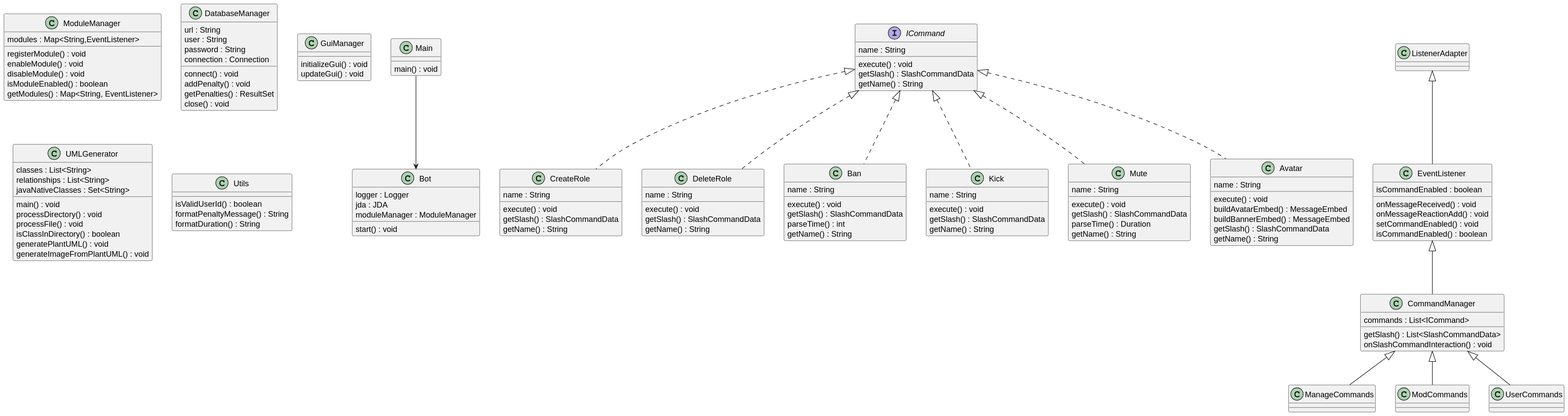
This is uml_output/diagrama.svg from PelayoPS/DiscordBot_app, a PlantUML export, as it was before one commit. Its diagram source:
```plantuml
@startuml
class Bot {
    logger : Logger
    jda : JDA
    moduleManager : ModuleManager
    start() : void
}
interface ICommand {
    name : String
    execute() : void
    getSlash() : SlashCommandData
    getName() : String
}
class ModuleManager {
    modules : Map<String,EventListener>
    registerModule() : void
    enableModule() : void
    disableModule() : void
    isModuleEnabled() : boolean
    getModules() : Map<String, EventListener>
}
class CommandManager {
    commands : List<ICommand>
    getSlash() : List<SlashCommandData>
    onSlashCommandInteraction() : void
}
class ManageCommands {
}
class CreateRole {
    name : String
    execute() : void
    getSlash() : SlashCommandData
    getName() : String
}
class DeleteRole {
    name : String
    execute() : void
    getSlash() : SlashCommandData
    getName() : String
}
class Ban {
    name : String
    execute() : void
    getSlash() : SlashCommandData
    parseTime() : int
    getName() : String
}
class Kick {
    name : String
    execute() : void
    getSlash() : SlashCommandData
    getName() : String
}
class Mute {
    name : String
    execute() : void
    getSlash() : SlashCommandData
    parseTime() : Duration
    getName() : String
}
class ModCommands {
}
class Avatar {
    name : String
    execute() : void
    buildAvatarEmbed() : MessageEmbed
    buildBannerEmbed() : MessageEmbed
    getSlash() : SlashCommandData
    getName() : String
}
class UserCommands {
}
class DatabaseManager {
    url : String
    user : String
    password : String
    connection : Connection
    connect() : void
    addPenalty() : void
    getPenalties() : ResultSet
    close() : void
}
class EventListener {
    isCommandEnabled : boolean
    onMessageReceived() : void
    onMessageReactionAdd() : void
    setCommandEnabled() : void
    isCommandEnabled() : boolean
}
class GuiManager {
    initializeGui() : void
    updateGui() : void
}
class Main {
    main() : void
}
class UMLGenerator {
    classes : List<String>
    relationships : List<String>
    javaNativeClasses : Set<String>
    main() : void
    processDirectory() : void
    processFile() : void
    isClassInDirectory() : boolean
    generatePlantUML() : void
    generateImageFromPlantUML() : void
}
class Utils {
    isValidUserId() : boolean
    formatPenaltyMessage() : String
    formatDuration() : String
}
EventListener <|-- CommandManager
CommandManager <|-- ManageCommands
ICommand <|.. CreateRole
ICommand <|.. DeleteRole
ICommand <|.. Ban
ICommand <|.. Kick
ICommand <|.. Mute
CommandManager <|-- ModCommands
ICommand <|.. Avatar
CommandManager <|-- UserCommands
ListenerAdapter <|-- EventListener
Main --> Bot
@enduml
```
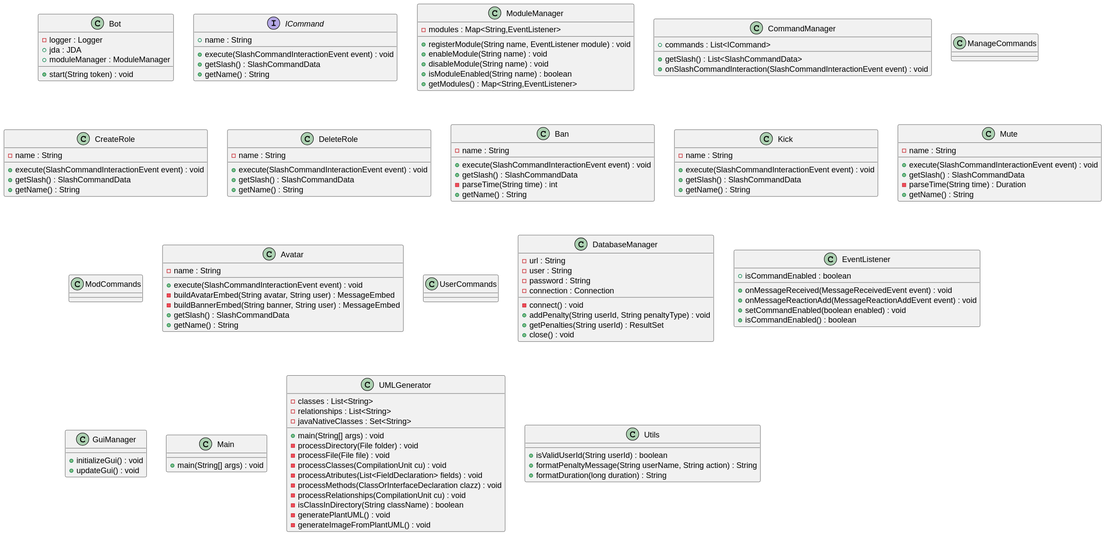
After the commit.

Change to the diagram source:
```diff
@@ -1,125 +1,117 @@
 @startuml
 class Bot {
-    logger : Logger
-    jda : JDA
-    moduleManager : ModuleManager
-    start() : void
+- logger : Logger
++ jda : JDA
++ moduleManager : ModuleManager
++ start(String token) : void
 }
 interface ICommand {
-    name : String
-    execute() : void
-    getSlash() : SlashCommandData
-    getName() : String
++ name : String
++ execute(SlashCommandInteractionEvent event) : void
++ getSlash() : SlashCommandData
++ getName() : String
 }
 class ModuleManager {
-    modules : Map<String,EventListener>
-    registerModule() : void
-    enableModule() : void
-    disableModule() : void
-    isModuleEnabled() : boolean
-    getModules() : Map<String, EventListener>
+- modules : Map<String,EventListener>
++ registerModule(String name, EventListener module) : void
++ enableModule(String name) : void
++ disableModule(String name) : void
++ isModuleEnabled(String name) : boolean
++ getModules() : Map<String,EventListener>
 }
 class CommandManager {
-    commands : List<ICommand>
-    getSlash() : List<SlashCommandData>
-    onSlashCommandInteraction() : void
++ commands : List<ICommand>
++ getSlash() : List<SlashCommandData>
++ onSlashCommandInteraction(SlashCommandInteractionEvent event) : void
 }
 class ManageCommands {
 }
 class CreateRole {
-    name : String
-    execute() : void
-    getSlash() : SlashCommandData
-    getName() : String
+- name : String
++ execute(SlashCommandInteractionEvent event) : void
++ getSlash() : SlashCommandData
++ getName() : String
 }
 class DeleteRole {
-    name : String
-    execute() : void
-    getSlash() : SlashCommandData
-    getName() : String
+- name : String
++ execute(SlashCommandInteractionEvent event) : void
++ getSlash() : SlashCommandData
++ getName() : String
 }
 class Ban {
-    name : String
-    execute() : void
-    getSlash() : SlashCommandData
-    parseTime() : int
-    getName() : String
+- name : String
++ execute(SlashCommandInteractionEvent event) : void
++ getSlash() : SlashCommandData
+- parseTime(String time) : int
++ getName() : String
 }
 class Kick {
-    name : String
-    execute() : void
-    getSlash() : SlashCommandData
-    getName() : String
+- name : String
++ execute(SlashCommandInteractionEvent event) : void
++ getSlash() : SlashCommandData
++ getName() : String
 }
 class Mute {
-    name : String
-    execute() : void
-    getSlash() : SlashCommandData
-    parseTime() : Duration
-    getName() : String
+- name : String
++ execute(SlashCommandInteractionEvent event) : void
++ getSlash() : SlashCommandData
+- parseTime(String time) : Duration
++ getName() : String
 }
 class ModCommands {
 }
 class Avatar {
-    name : String
-    execute() : void
-    buildAvatarEmbed() : MessageEmbed
-    buildBannerEmbed() : MessageEmbed
-    getSlash() : SlashCommandData
-    getName() : String
+- name : String
++ execute(SlashCommandInteractionEvent event) : void
+- buildAvatarEmbed(String avatar, String user) : MessageEmbed
+- buildBannerEmbed(String banner, String user) : MessageEmbed
++ getSlash() : SlashCommandData
++ getName() : String
 }
 class UserCommands {
 }
 class DatabaseManager {
-    url : String
-    user : String
-    password : String
-    connection : Connection
-    connect() : void
-    addPenalty() : void
-    getPenalties() : ResultSet
-    close() : void
+- url : String
+- user : String
+- password : String
+- connection : Connection
+- connect() : void
++ addPenalty(String userId, String penaltyType) : void
++ getPenalties(String userId) : ResultSet
++ close() : void
 }
 class EventListener {
-    isCommandEnabled : boolean
-    onMessageReceived() : void
-    onMessageReactionAdd() : void
-    setCommandEnabled() : void
-    isCommandEnabled() : boolean
++ isCommandEnabled : boolean
++ onMessageReceived(MessageReceivedEvent event) : void
++ onMessageReactionAdd(MessageReactionAddEvent event) : void
++ setCommandEnabled(boolean enabled) : void
++ isCommandEnabled() : boolean
 }
 class GuiManager {
-    initializeGui() : void
-    updateGui() : void
++ initializeGui() : void
++ updateGui() : void
 }
 class Main {
-    main() : void
++ main(String[] args) : void
 }
 class UMLGenerator {
-    classes : List<String>
-    relationships : List<String>
-    javaNativeClasses : Set<String>
-    main() : void
-    processDirectory() : void
-    processFile() : void
-    isClassInDirectory() : boolean
-    generatePlantUML() : void
-    generateImageFromPlantUML() : void
+- classes : List<String>
+- relationships : List<String>
+- javaNativeClasses : Set<String>
++ main(String[] args) : void
+- processDirectory(File folder) : void
+- processFile(File file) : void
+- processClasses(CompilationUnit cu) : void
+- processAtributes(List<FieldDeclaration> fields) : void
+- processMethods(ClassOrInterfaceDeclaration clazz) : void
+- processRelationships(CompilationUnit cu) : void
+- isClassInDirectory(String className) : boolean
+- generatePlantUML() : void
+- generateImageFromPlantUML() : void
 }
 class Utils {
-    isValidUserId() : boolean
-    formatPenaltyMessage() : String
-    formatDuration() : String
++ isValidUserId(String userId) : boolean
++ formatPenaltyMessage(String userName, String action) : String
++ formatDuration(long duration) : String
 }
-EventListener <|-- CommandManager
-CommandManager <|-- ManageCommands
-ICommand <|.. CreateRole
-ICommand <|.. DeleteRole
-ICommand <|.. Ban
-ICommand <|.. Kick
-ICommand <|.. Mute
-CommandManager <|-- ModCommands
-ICommand <|.. Avatar
-CommandManager <|-- UserCommands
-ListenerAdapter <|-- EventListener
-Main --> Bot
 @enduml
```
